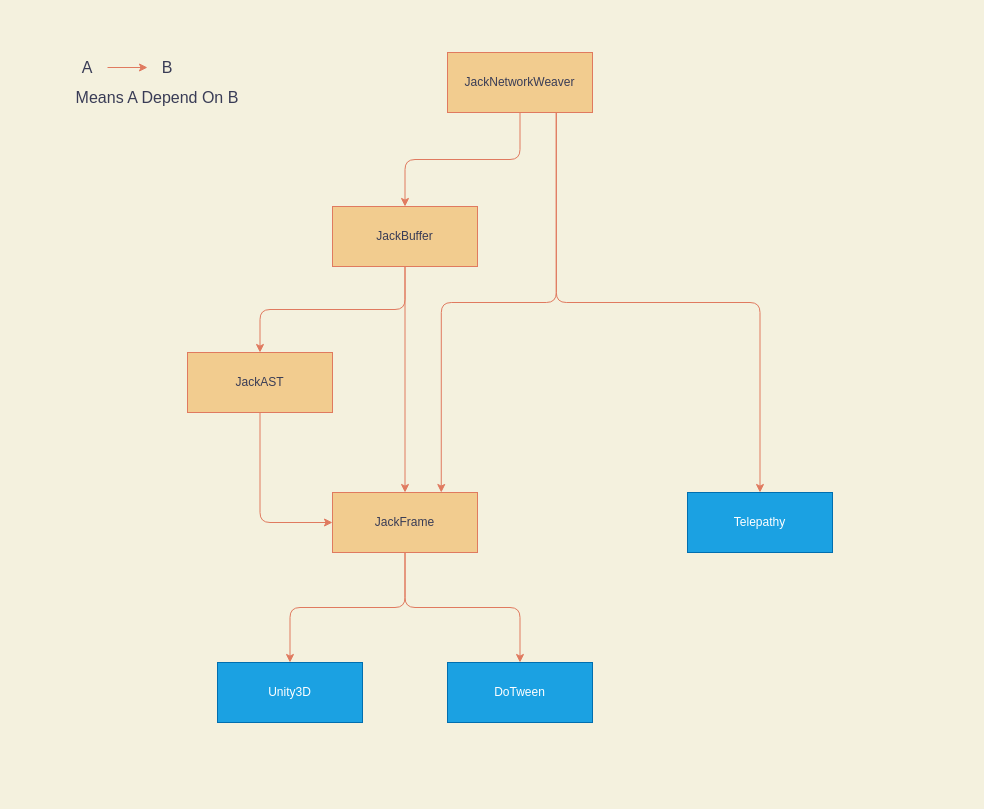
dreamCirno/JackFrame keeps this draw.io diagram as Assets/com.jackwithtea.jackframe/Document~/Dependancies.drawio. Above is the earlier version. Source tidied: cells renumbered, new cells numbered last; positions are measured from the earlier drawing's top-left corner, leaving out a move shared by most shapes. Both pictures are drawn from the tidied source at 100%, with x=0, y=0 at pixel (17, 17).
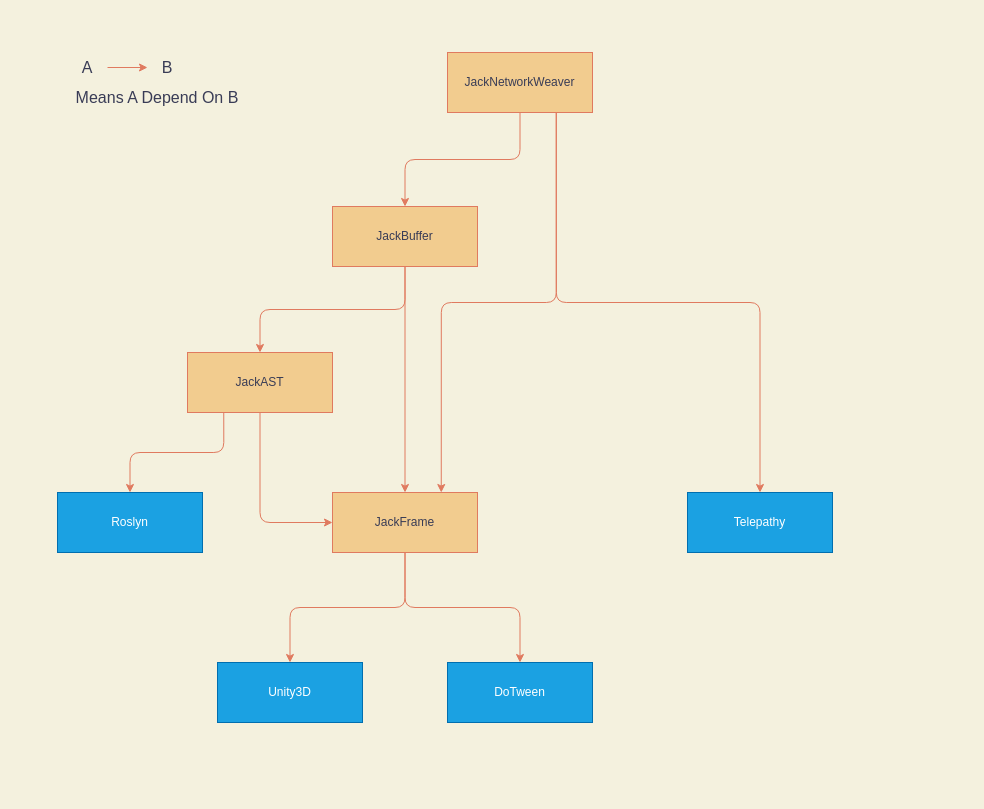
The same diagram, later.

Commit message (it also covers changes not shown here):
<doc> 依赖关系新增Roslyn

Unchanged cells that the change refers to:
```xml
<mxCell id="7" value="JackAST" style="rounded=0;whiteSpace=wrap;html=1;sketch=0;fontColor=#393C56;strokeColor=#E07A5F;fillColor=#F2CC8F;" parent="1" vertex="1">
  <mxGeometry x="170" y="335" width="145" height="60" as="geometry" />
</mxCell>
```

The edit, as a diff of the source:
```diff
@@
+    <mxCell id="22" style="edgeStyle=orthogonalEdgeStyle;curved=0;rounded=1;sketch=0;jettySize=auto;html=1;exitX=0.25;exitY=1;exitDx=0;exitDy=0;entryX=0.5;entryY=0;entryDx=0;entryDy=0;fontSize=16;fontColor=#393C56;strokeColor=#E07A5F;fillColor=#F2CC8F;" parent="1" edge="1" source="7" target="23">
+      <mxGeometry relative="1" as="geometry" />
+    </mxCell>
@@
+    <mxCell id="23" value="Roslyn" style="rounded=0;whiteSpace=wrap;html=1;sketch=0;fontColor=#ffffff;strokeColor=#006EAF;fillColor=#1ba1e2;" parent="1" vertex="1">
+      <mxGeometry x="40" y="475" width="145" height="60" as="geometry" />
+    </mxCell>
```
